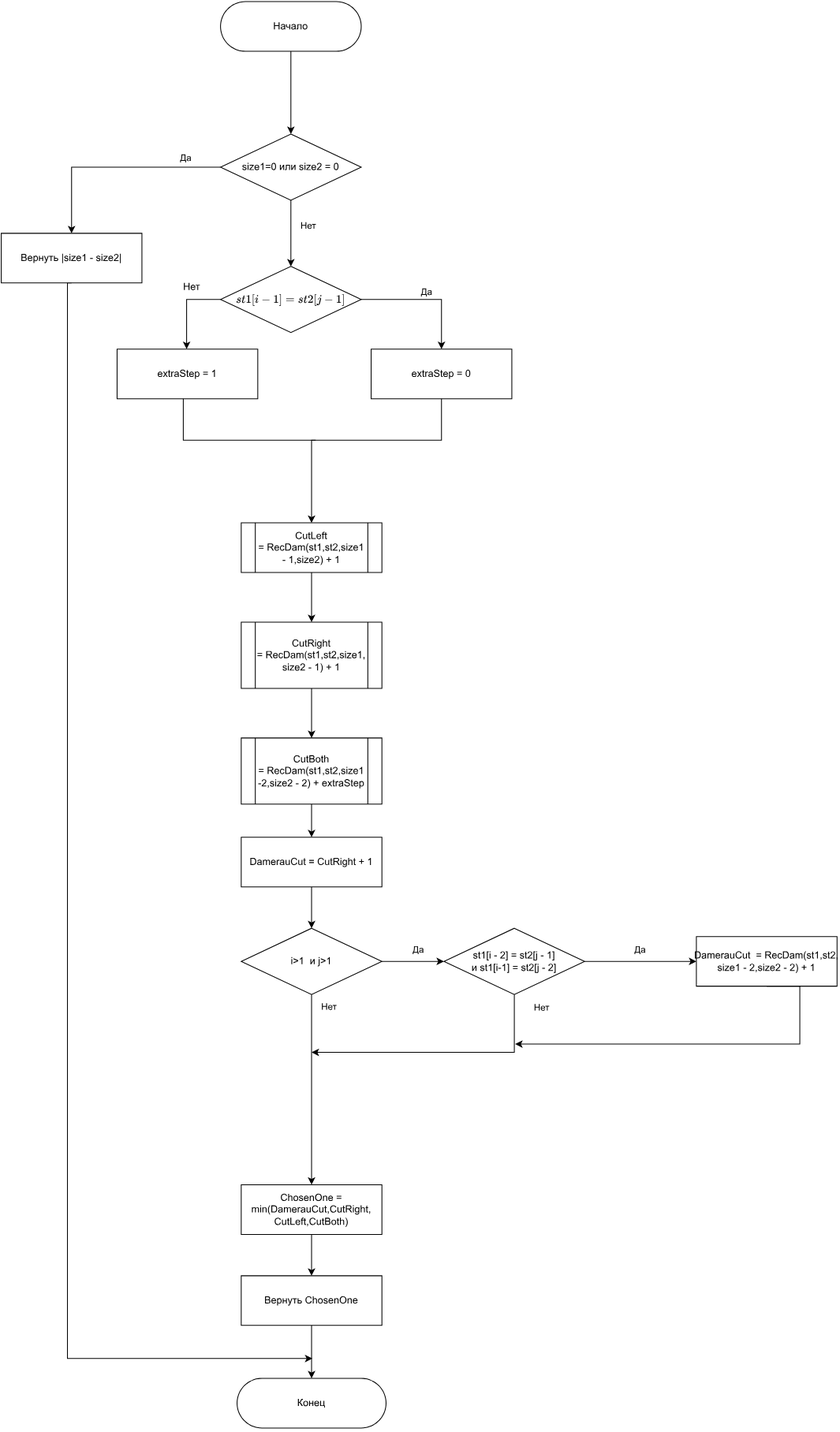
needsomesleeptd/bmstu_AA keeps this draw.io diagram as docs/img/lab_01_AA_table_Lev-Damerau-recurse.svg. Above is the earlier version. Source tidied: cells renumbered, new cells last; positions are measured from the earlier drawing's top-left corner, leaving out a move shared by most shapes.
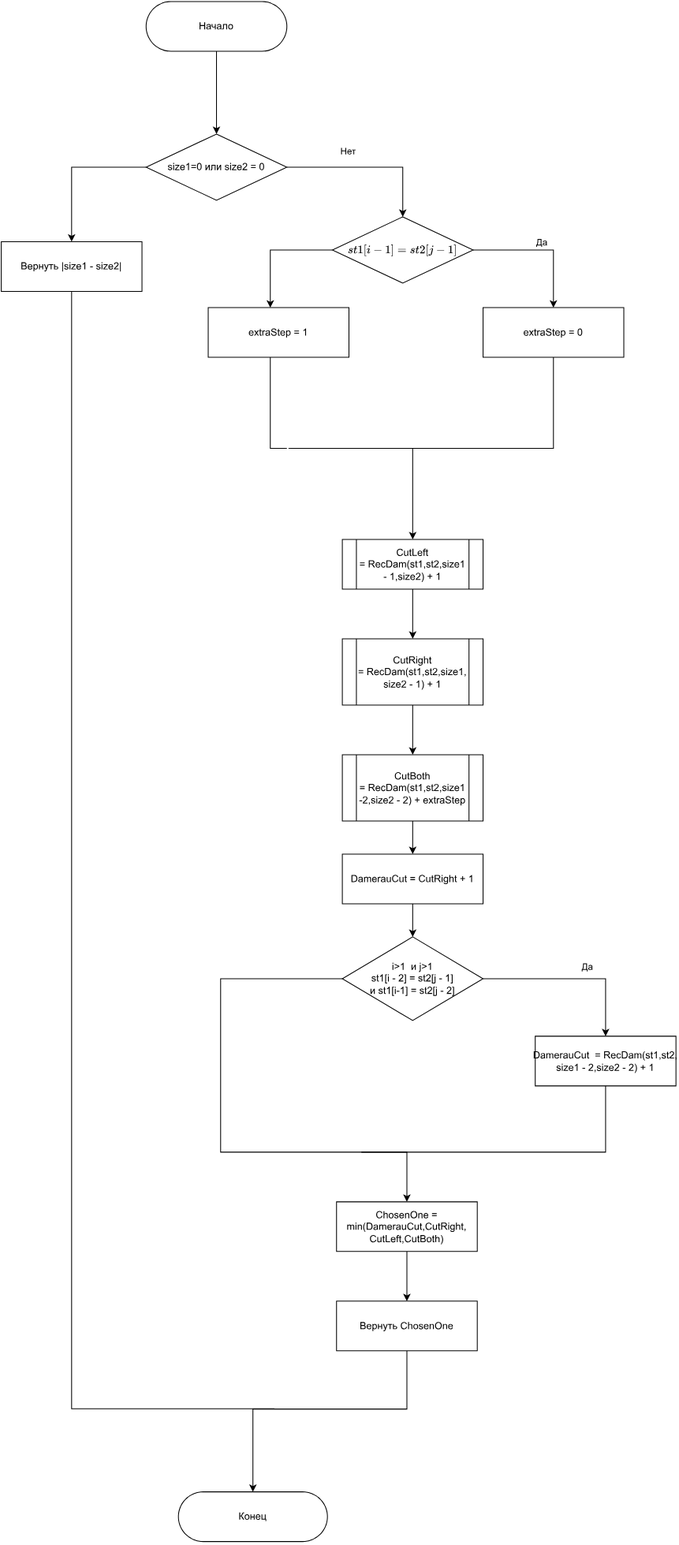
Later version of the same file.

What changed in the source:
```diff
@@ -11,35 +11,30 @@
     <mxCell id="4" style="edgeStyle=orthogonalEdgeStyle;rounded=0;jettySize=auto;html=1;" parent="1" edge="1" source="8" target="10">
       <mxGeometry relative="1" as="geometry" />
     </mxCell>
-    <mxCell id="5" value="Да" style="edgeLabel;html=1;align=center;verticalAlign=middle;" parent="4" vertex="1">
-      <mxGeometry x="-0.48" y="-1" relative="1" as="geometry">
-        <mxPoint x="25" y="-11" as="offset" />
-      </mxGeometry>
-    </mxCell>
     <mxCell id="6" style="edgeStyle=orthogonalEdgeStyle;rounded=0;jettySize=auto;html=1;" parent="1" edge="1" source="8" target="15">
       <mxGeometry relative="1" as="geometry" />
     </mxCell>
     <mxCell id="7" value="Нет" style="edgeLabel;html=1;align=center;verticalAlign=middle;" parent="6" vertex="1">
       <mxGeometry x="-0.45" y="2" relative="1" as="geometry">
-        <mxPoint x="18" y="8" as="offset" />
+        <mxPoint x="18" y="-18" as="offset" />
       </mxGeometry>
     </mxCell>
     <mxCell id="8" value="size1=0 или size2 = 0" style="rhombus;whiteSpace=wrap;html=1;rounded=0;" parent="1" vertex="1">
       <mxGeometry x="265" y="160" width="170" height="80" as="geometry" />
     </mxCell>
-    <mxCell id="9" style="edgeStyle=elbowEdgeStyle;rounded=0;jettySize=auto;html=1;exitX=0.5;exitY=1;exitDx=0;exitDy=0;" parent="1" edge="1" source="10">
+    <mxCell id="9" style="edgeStyle=elbowEdgeStyle;rounded=0;jettySize=auto;html=1;endArrow=none;endFill=0;exitX=0.5;exitY=1;exitDx=0;exitDy=0;" parent="1" edge="1" source="10">
       <mxGeometry relative="1" as="geometry">
-        <mxPoint x="376" y="1640" as="targetPoint" />
+        <mxPoint x="420" y="1699.7" as="targetPoint" />
         <Array as="points">
-          <mxPoint x="80" y="710" />
+          <mxPoint x="175" y="720" />
         </Array>
       </mxGeometry>
     </mxCell>
     <mxCell id="10" value="Вернуть |size1 - size2|" style="whiteSpace=wrap;html=1;rounded=0;" parent="1" vertex="1">
-      <mxGeometry y="280" width="170" height="60" as="geometry" />
+      <mxGeometry x="90" y="290" width="170" height="60" as="geometry" />
     </mxCell>
     <mxCell id="11" value="Конец" style="rounded=1;whiteSpace=wrap;html=1;arcSize=50;" parent="1" vertex="1">
-      <mxGeometry x="285" y="1664" width="180" height="60" as="geometry" />
+      <mxGeometry x="304" y="1800" width="180" height="60" as="geometry" />
     </mxCell>
     <mxCell id="12" style="edgeStyle=orthogonalEdgeStyle;rounded=0;jettySize=auto;html=1;" parent="1" edge="1" source="15" target="16">
       <mxGeometry relative="1" as="geometry" />
@@ -52,57 +47,54 @@
     <mxCell id="14" style="edgeStyle=orthogonalEdgeStyle;rounded=0;jettySize=auto;html=1;" parent="1" edge="1" source="15" target="17">
       <mxGeometry relative="1" as="geometry">
         <Array as="points">
-          <mxPoint x="224" y="360" />
+          <mxPoint x="415" y="299.7" />
         </Array>
       </mxGeometry>
     </mxCell>
     <mxCell id="15" value="\(st1[i-1] = st2[j-1]\)" style="rhombus;whiteSpace=wrap;html=1;rounded=0;" parent="1" vertex="1">
-      <mxGeometry x="265" y="320" width="170" height="80" as="geometry" />
+      <mxGeometry x="490" y="260" width="170" height="80" as="geometry" />
     </mxCell>
     <mxCell id="16" value="extraStep = 0" style="rounded=0;whiteSpace=wrap;html=1;" parent="1" vertex="1">
-      <mxGeometry x="447" y="420" width="170" height="60" as="geometry" />
+      <mxGeometry x="672" y="369.7" width="170" height="60" as="geometry" />
     </mxCell>
+    <mxCell id="45" style="edgeStyle=orthogonalEdgeStyle;rounded=0;jettySize=auto;html=1;endArrow=none;endFill=0;" parent="1" edge="1" source="17">
+      <mxGeometry relative="1" as="geometry">
+        <mxPoint x="435" y="539.7" as="targetPoint" />
+        <Array as="points">
+          <mxPoint x="415" y="539.7" />
+        </Array>
+      </mxGeometry>
+    </mxCell>
     <mxCell id="17" value="extraStep = 1" style="rounded=0;whiteSpace=wrap;html=1;" parent="1" vertex="1">
-      <mxGeometry x="140" y="420" width="170" height="60" as="geometry" />
+      <mxGeometry x="340" y="369.7" width="170" height="60" as="geometry" />
     </mxCell>
-    <mxCell id="18" value="Нет" style="text;html=1;align=center;verticalAlign=middle;strokeColor=none;fillColor=none;" parent="1" vertex="1">
-      <mxGeometry x="210" y="330" width="40" height="30" as="geometry" />
-    </mxCell>
     <mxCell id="19" style="edgeStyle=orthogonalEdgeStyle;rounded=0;jettySize=auto;html=1;exitX=0.5;exitY=1;exitDx=0;exitDy=0;endArrow=classic;endFill=1;" parent="1" edge="1" source="16" target="22">
       <mxGeometry relative="1" as="geometry">
         <Array as="points">
-          <mxPoint x="532" y="530" />
-          <mxPoint x="375" y="530" />
+          <mxPoint x="437" y="539.7" />
+          <mxPoint x="280" y="539.7" />
         </Array>
       </mxGeometry>
     </mxCell>
-    <mxCell id="20" style="edgeStyle=orthogonalEdgeStyle;rounded=0;jettySize=auto;html=1;endArrow=none;endFill=0;" parent="1" edge="1" source="17">
-      <mxGeometry relative="1" as="geometry">
-        <mxPoint x="380" y="530" as="targetPoint" />
-        <Array as="points">
-          <mxPoint x="220" y="530" />
-        </Array>
-      </mxGeometry>
-    </mxCell>
     <mxCell id="21" style="edgeStyle=orthogonalEdgeStyle;rounded=0;jettySize=auto;html=1;" parent="1" edge="1" source="22" target="24">
       <mxGeometry relative="1" as="geometry" />
     </mxCell>
     <mxCell id="22" value="CutLeft =&amp;nbsp;RecDam(st1,st2,size1 - 1,size2) + 1" style="shape=process;whiteSpace=wrap;html=1;backgroundOutline=1;rounded=0;" parent="1" vertex="1">
-      <mxGeometry x="290" y="630" width="170" height="60" as="geometry" />
+      <mxGeometry x="502" y="649.7" width="170" height="60" as="geometry" />
     </mxCell>
     <mxCell id="23" style="edgeStyle=orthogonalEdgeStyle;rounded=0;jettySize=auto;html=1;" parent="1" edge="1" source="24" target="40">
       <mxGeometry relative="1" as="geometry" />
     </mxCell>
     <mxCell id="24" value="CutRight =&amp;nbsp;RecDam(st1,st2,size1,&lt;br&gt;size2 - 1) + 1" style="shape=process;whiteSpace=wrap;html=1;backgroundOutline=1;rounded=0;" parent="1" vertex="1">
-      <mxGeometry x="290" y="750" width="170" height="80" as="geometry" />
+      <mxGeometry x="502" y="769.7" width="170" height="80" as="geometry" />
     </mxCell>
     <mxCell id="25" style="edgeStyle=orthogonalEdgeStyle;rounded=0;jettySize=auto;html=1;" parent="1" edge="1" source="26" target="31">
       <mxGeometry relative="1" as="geometry" />
     </mxCell>
     <mxCell id="26" value="DamerauCut = CutRight + 1" style="rounded=0;whiteSpace=wrap;html=1;" parent="1" vertex="1">
-      <mxGeometry x="290" y="1010" width="170" height="60" as="geometry" />
+      <mxGeometry x="502" y="1029.7" width="170" height="60" as="geometry" />
     </mxCell>
-    <mxCell id="27" style="edgeStyle=orthogonalEdgeStyle;rounded=0;jettySize=auto;html=1;" parent="1" edge="1" source="31" target="36">
+    <mxCell id="27" style="edgeStyle=orthogonalEdgeStyle;rounded=0;jettySize=auto;html=1;" parent="1" edge="1" source="31" target="38">
       <mxGeometry relative="1" as="geometry" />
     </mxCell>
     <mxCell id="28" value="Да" style="edgeLabel;html=1;align=center;verticalAlign=middle;" parent="27" vertex="1">
@@ -110,68 +102,51 @@
         <mxPoint y="-17" as="offset" />
       </mxGeometry>
     </mxCell>
-    <mxCell id="29" value="Нет" style="edgeLabel;html=1;align=center;verticalAlign=middle;" parent="1" vertex="1">
-      <mxGeometry x="395" y="1214.2" as="geometry" />
-    </mxCell>
     <mxCell id="30" style="edgeStyle=orthogonalEdgeStyle;rounded=0;jettySize=auto;html=1;" parent="1" edge="1" source="31" target="42">
-      <mxGeometry relative="1" as="geometry" />
+      <mxGeometry relative="1" as="geometry">
+        <Array as="points">
+          <mxPoint x="355" y="1180.7" />
+          <mxPoint x="355" y="1389.7" />
+          <mxPoint x="580" y="1389.7" />
+        </Array>
+      </mxGeometry>
     </mxCell>
-    <mxCell id="31" value="i&amp;gt;1&amp;nbsp; и j&amp;gt;1" style="rhombus;whiteSpace=wrap;html=1;rounded=0;" parent="1" vertex="1">
-      <mxGeometry x="290" y="1120" width="170" height="80" as="geometry" />
+    <mxCell id="31" value="i&amp;gt;1&amp;nbsp; и j&amp;gt;1&lt;br&gt;st1[i - 2] = st2[j - 1]&lt;br style=&quot;border-color: var(--border-color);&quot;&gt;и st1[i-1] = st2[j - 2]" style="rhombus;whiteSpace=wrap;html=1;rounded=0;" parent="1" vertex="1">
+      <mxGeometry x="502" y="1129.7" width="170" height="101" as="geometry" />
     </mxCell>
-    <mxCell id="32" style="edgeStyle=elbowEdgeStyle;rounded=0;jettySize=auto;html=1;exitX=0.5;exitY=1;exitDx=0;exitDy=0;elbow=vertical;" parent="1" edge="1" source="36">
-      <mxGeometry relative="1" as="geometry">
-        <mxPoint x="375" y="1270" as="targetPoint" />
-        <Array as="points">
-          <mxPoint x="530" y="1270" />
-        </Array>
-      </mxGeometry>
-    </mxCell>
-    <mxCell id="33" value="Нет" style="edgeLabel;html=1;align=center;verticalAlign=middle;" parent="32" vertex="1">
-      <mxGeometry x="-0.14" y="-2" relative="1" as="geometry">
-        <mxPoint x="98" y="-53" as="offset" />
-      </mxGeometry>
-    </mxCell>
-    <mxCell id="34" style="edgeStyle=orthogonalEdgeStyle;rounded=0;jettySize=auto;html=1;" parent="1" edge="1" source="36" target="38">
-      <mxGeometry relative="1" as="geometry" />
-    </mxCell>
-    <mxCell id="35" value="Да" style="edgeLabel;html=1;align=center;verticalAlign=middle;" parent="34" vertex="1">
-      <mxGeometry x="-0.03" y="1" relative="1" as="geometry">
-        <mxPoint y="-14" as="offset" />
-      </mxGeometry>
-    </mxCell>
-    <mxCell id="36" value="st1[i - 2] = st2[j - 1] &lt;br&gt;и st1[i-1] = st2[j - 2]" style="rhombus;whiteSpace=wrap;html=1;rounded=0;" parent="1" vertex="1">
-      <mxGeometry x="535" y="1120" width="170" height="80" as="geometry" />
-    </mxCell>
-    <mxCell id="37" style="edgeStyle=orthogonalEdgeStyle;rounded=0;jettySize=auto;html=1;exitX=0.5;exitY=1;exitDx=0;exitDy=0;" parent="1" edge="1" source="38">
-      <mxGeometry relative="1" as="geometry">
-        <mxPoint x="621" y="1260" as="targetPoint" />
-        <Array as="points">
-          <mxPoint x="965" y="1190" />
-          <mxPoint x="965" y="1260" />
-        </Array>
-      </mxGeometry>
-    </mxCell>
+    <mxCell id="46" style="edgeStyle=orthogonalEdgeStyle;rounded=0;jettySize=auto;html=1;endArrow=none;endFill=0;" parent="1" edge="1" source="38">
+      <mxGeometry relative="1" as="geometry">
+        <mxPoint x="525" y="1389.7" as="targetPoint" />
+        <Array as="points">
+          <mxPoint x="820" y="1389.7" />
+        </Array>
+      </mxGeometry>
+    </mxCell>
     <mxCell id="38" value="DamerauCut&amp;nbsp;&amp;nbsp;=&amp;nbsp;RecDam(st1,st2,&lt;br&gt;size1 - 2,size2 - 2) + 1" style="rounded=0;whiteSpace=wrap;html=1;" parent="1" vertex="1">
-      <mxGeometry x="840" y="1130" width="170" height="60" as="geometry" />
+      <mxGeometry x="735" y="1249.7" width="170" height="60" as="geometry" />
     </mxCell>
     <mxCell id="39" style="edgeStyle=orthogonalEdgeStyle;rounded=0;jettySize=auto;html=1;" parent="1" edge="1" source="40" target="26">
       <mxGeometry relative="1" as="geometry" />
     </mxCell>
     <mxCell id="40" value="CutBoth =&amp;nbsp;RecDam(st1,st2,size1 -2,size2 - 2) + extraStep" style="shape=process;whiteSpace=wrap;html=1;backgroundOutline=1;rounded=0;" parent="1" vertex="1">
-      <mxGeometry x="290" y="890" width="170" height="80" as="geometry" />
+      <mxGeometry x="502" y="909.7" width="170" height="80" as="geometry" />
     </mxCell>
     <mxCell id="41" style="edgeStyle=orthogonalEdgeStyle;rounded=0;jettySize=auto;html=1;" parent="1" edge="1" source="42" target="44">
       <mxGeometry relative="1" as="geometry" />
     </mxCell>
     <mxCell id="42" value="ChosenOne = min(DamerauCut,CutRight,&lt;br&gt;CutLeft,CutBoth)" style="rounded=0;whiteSpace=wrap;html=1;" parent="1" vertex="1">
-      <mxGeometry x="290" y="1430" width="170" height="60" as="geometry" />
+      <mxGeometry x="495" y="1449.7" width="170" height="60" as="geometry" />
     </mxCell>
     <mxCell id="43" style="edgeStyle=orthogonalEdgeStyle;rounded=0;jettySize=auto;html=1;" parent="1" edge="1" source="44" target="11">
-      <mxGeometry relative="1" as="geometry" />
+      <mxGeometry relative="1" as="geometry">
+        <Array as="points">
+          <mxPoint x="580" y="1700" />
+          <mxPoint x="394" y="1700" />
+        </Array>
+      </mxGeometry>
     </mxCell>
     <mxCell id="44" value="Вернуть ChosenOne" style="rounded=0;whiteSpace=wrap;html=1;" parent="1" vertex="1">
-      <mxGeometry x="290" y="1540" width="170" height="60" as="geometry" />
+      <mxGeometry x="495" y="1569.7" width="170" height="60" as="geometry" />
     </mxCell>
   </root>
 </mxGraphModel>
```
